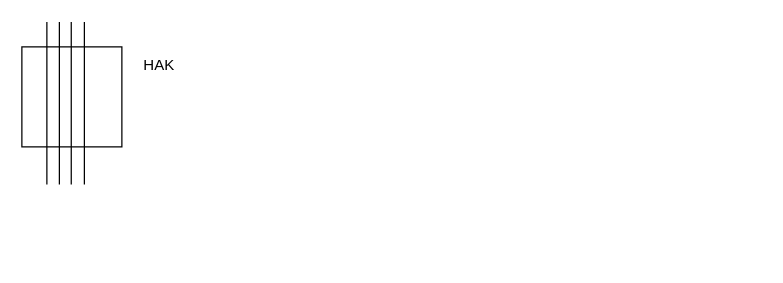
Earlier version of the draw.io diagram PV_Schaltplan.drawio (Lostqw1/Funfun). Source tidied: cells renumbered, new cells numbered last; positions are measured from the earlier drawing's top-left corner, leaving out a move shared by most shapes. Both pictures are drawn from the tidied source at 125%, with x=0, y=0 at pixel (21, 21).
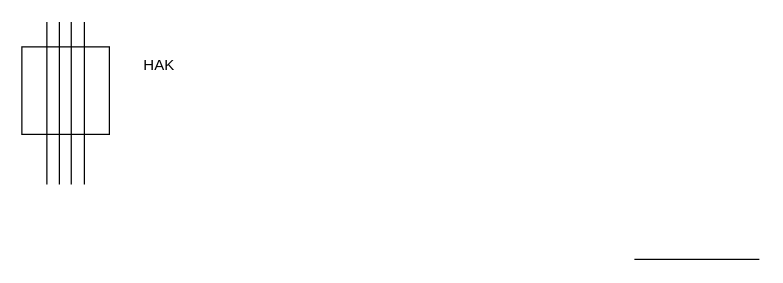
The same page after the edit.

Change to the diagram source:
```diff
@@
 <mxGraphModel>
   <root>
     <mxCell id="0" />
     <mxCell id="1" parent="0" />
     <mxCell id="2" style="whiteSpace=wrap;html=1;" parent="1" vertex="1">
-      <mxGeometry y="20" width="80" height="80" as="geometry" />
+      <mxGeometry y="20" width="70" height="70" as="geometry" />
     </mxCell>
     <mxCell id="3" style="endArrow=none;html=1;rounded=0;" parent="1" edge="1">
       <mxGeometry relative="1" as="geometry">
         <mxPoint x="20" y="130" as="sourcePoint" />
         <mxPoint x="20" as="targetPoint" />
       </mxGeometry>
     </mxCell>
     <mxCell id="4" style="endArrow=none;html=1;rounded=0;" parent="1" edge="1">
       <mxGeometry relative="1" as="geometry">
         <mxPoint x="30" y="130" as="sourcePoint" />
         <mxPoint x="30" as="targetPoint" />
       </mxGeometry>
     </mxCell>
     <mxCell id="5" style="endArrow=none;html=1;rounded=0;" parent="1" edge="1">
       <mxGeometry relative="1" as="geometry">
         <mxPoint x="39.5" y="130" as="sourcePoint" />
         <mxPoint x="39.5" as="targetPoint" />
       </mxGeometry>
     </mxCell>
     <mxCell id="6" style="endArrow=none;html=1;rounded=0;" parent="1" edge="1">
       <mxGeometry relative="1" as="geometry">
         <mxPoint x="50" y="130" as="sourcePoint" />
         <mxPoint x="50" as="targetPoint" />
       </mxGeometry>
     </mxCell>
     <mxCell id="7" value="HAK" style="text;html=1;strokeColor=none;fillColor=none;align=center;verticalAlign=middle;whiteSpace=wrap;rounded=0;" parent="1" vertex="1">
       <mxGeometry x="80" y="20" width="60" height="30" as="geometry" />
     </mxCell>
+    <mxCell id="8" style="endArrow=none;html=1;rounded=0;" parent="1" edge="1">
+      <mxGeometry relative="1" as="geometry">
+        <mxPoint x="490" y="190" as="sourcePoint" />
+        <mxPoint x="590" y="190" as="targetPoint" />
+      </mxGeometry>
+    </mxCell>
   </root>
 </mxGraphModel>
```
